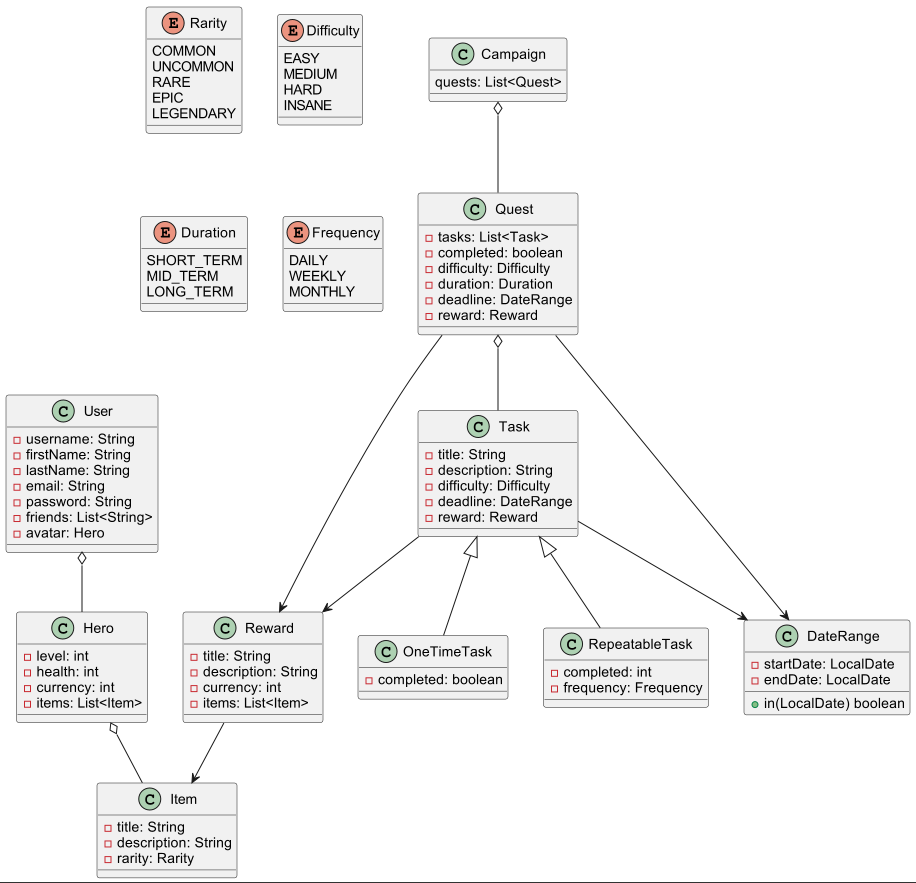
Earlier version of the PlantUML export project_documents/images/CD.png (ljwhitt83/lbcProject). Its source is kept beside it as project_documents/CD.puml. The source it was exported from:
```plantuml
@startuml

class Task {
    -title: String
    -description: String
    -difficulty: Difficulty
    -deadline: DateRange
    -reward: Reward
}

class RepeatableTask {
    -completed: int
    -frequency: Frequency
}

class OneTimeTask {
    -completed: boolean
}

class Campaign {
    quests: List<Quest>
}

class Quest {
    -tasks: List<Task>
    -completed: boolean
    -difficulty: Difficulty
    -duration: Duration
    -deadline: DateRange
    -reward: Reward
}

class Reward {
    -title: String
    -description: String
    -currency: int
    -items: List<Item>
}

class User {
    -username: String
    -firstName: String
    -lastName: String
    -email: String
    -password: String
    -friends: List<String>
    -avatar: Hero
}

class Hero {
    -level: int
    -health: int
    -currency: int
    -items: List<Item>
}

class Item {
    -title: String
    -description: String
    -rarity: Rarity
}

enum Rarity {
    COMMON
    UNCOMMON
    RARE
    EPIC
    LEGENDARY
}

enum Difficulty {
    EASY
    MEDIUM
    HARD
    INSANE
}

enum Duration {
    SHORT_TERM
    MID_TERM
    LONG_TERM
}

enum Frequency {
    DAILY
    WEEKLY
    MONTHLY
}

class DateRange {
    -startDate: LocalDate
    -endDate: LocalDate
    +in(LocalDate) boolean
}

Campaign o-- Quest
Quest o-- Task

Task --> Reward
Task --> DateRange
Task <|-- RepeatableTask
Task <|-- OneTimeTask

Quest --> DateRange
Quest --> Reward

User o-- Hero
Hero o-- Item
Reward --> Item

@enduml
```
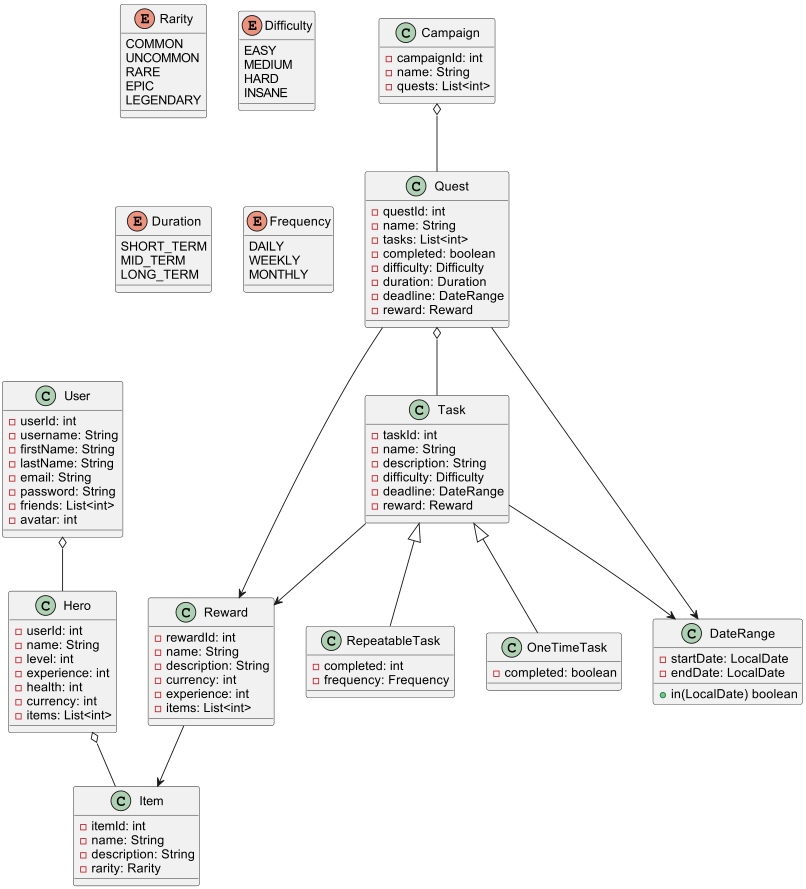
Above is the later version.

Diff of the diagram source:
```diff
@@ -1,7 +1,29 @@
 @startuml
 
+class User {
+    -userId: int
+    -username: String
+    -firstName: String
+    -lastName: String
+    -email: String
+    -password: String
+    -friends: List<int>
+    -avatar: int
+}
+
+class Hero {
+    -userId: int
+    -name: String
+    -level: int
+    -experience: int
+    -health: int
+    -currency: int
+    -items: List<int>
+}
+
 class Task {
-    -title: String
+    -taskId: int
+    -name: String
     -description: String
     -difficulty: Difficulty
     -deadline: DateRange
@@ -17,12 +39,10 @@
     -completed: boolean
 }
 
-class Campaign {
-    quests: List<Quest>
-}
-
 class Quest {
-    -tasks: List<Task>
+    -questId: int
+    -name: String
+    -tasks: List<int>
     -completed: boolean
     -difficulty: Difficulty
     -duration: Duration
@@ -30,34 +50,26 @@
     -reward: Reward
 }
 
-class Reward {
-    -title: String
-    -description: String
-    -currency: int
-    -items: List<Item>
-}
-
-class User {
-    -username: String
-    -firstName: String
-    -lastName: String
-    -email: String
-    -password: String
-    -friends: List<String>
-    -avatar: Hero
-}
-
-class Hero {
-    -level: int
-    -health: int
-    -currency: int
-    -items: List<Item>
+class Campaign {
+    -campaignId: int
+    -name: String
+    -quests: List<int>
 }
 
 class Item {
-    -title: String
+    -itemId: int
+    -name: String
     -description: String
     -rarity: Rarity
+}
+
+class Reward {
+    -rewardId: int
+    -name: String
+    -description: String
+    -currency: int
+    -experience: int
+    -items: List<int>
 }
 
 enum Rarity {
```
